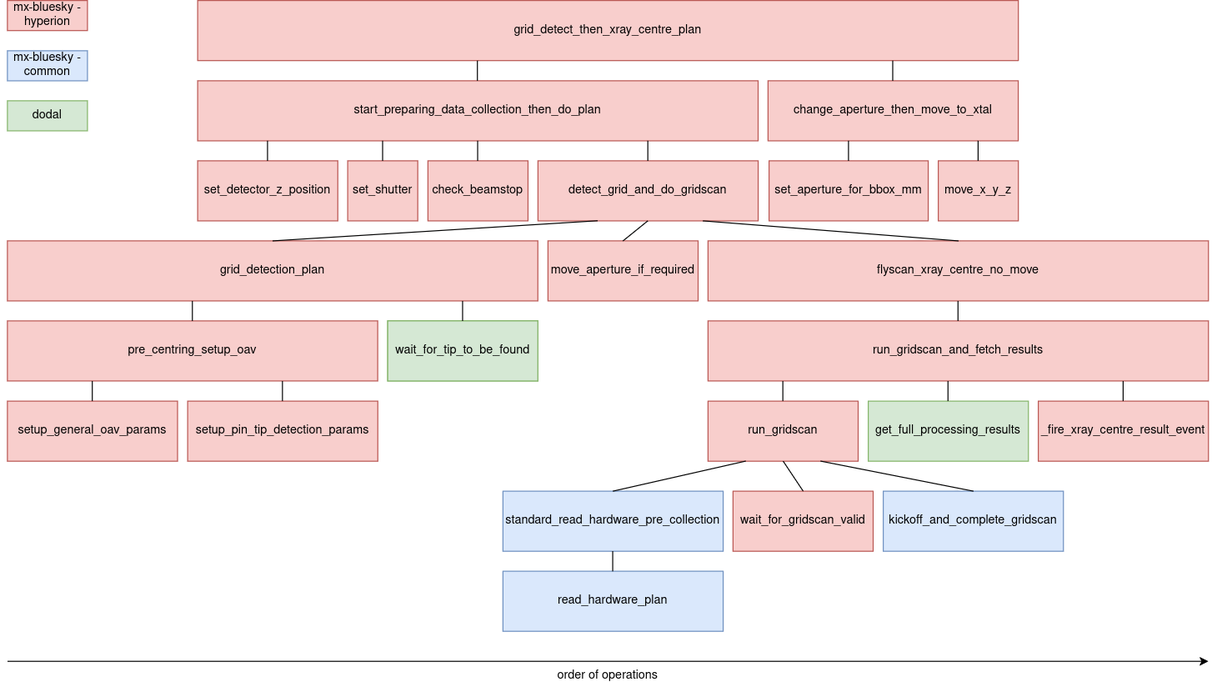
DominicOram/mx-bluesky-fork keeps this draw.io diagram as docs/developer/code-map/grid_detect_then_xray_centre.drawio.png. Above is the earlier version. Source tidied: cells renumbered, new cells last; positions are measured from the earlier drawing's top-left corner, leaving out a move shared by most shapes.
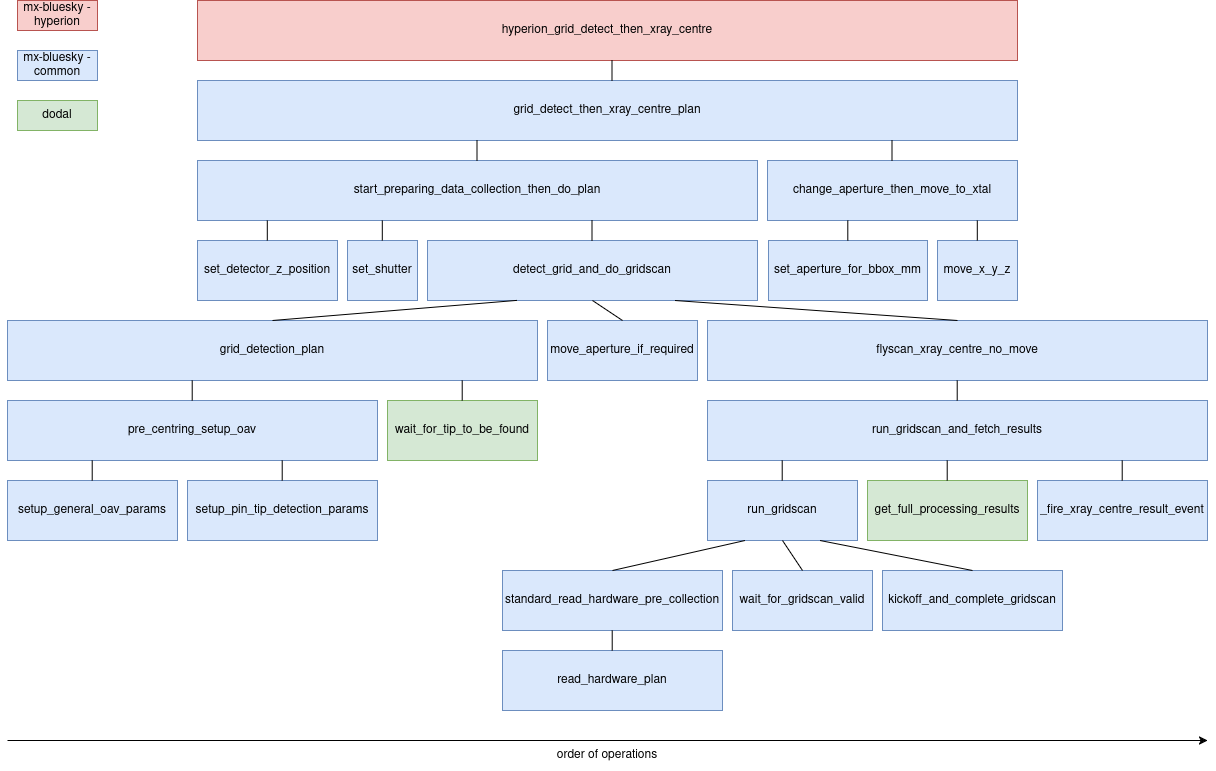
The same diagram one commit later.

Change to the diagram source:
```diff
@@ -2,91 +2,88 @@
   <root>
     <mxCell id="0" />
     <mxCell id="1" parent="0" />
-    <mxCell id="2" value="grid_detect_then_xray_centre_plan" style="rounded=0;whiteSpace=wrap;html=1;fillColor=#f8cecc;strokeColor=#b85450;" parent="1" vertex="1">
+    <mxCell id="2" value="grid_detect_then_xray_centre_plan" style="rounded=0;whiteSpace=wrap;html=1;fillColor=#dae8fc;strokeColor=#6c8ebf;" parent="1" vertex="1">
       <mxGeometry x="190" width="820" height="60" as="geometry" />
     </mxCell>
-    <mxCell id="3" value="detect_grid_and_do_gridscan" style="rounded=0;whiteSpace=wrap;html=1;fillColor=#f8cecc;strokeColor=#b85450;" parent="1" vertex="1">
-      <mxGeometry x="530" y="160" width="220" height="60" as="geometry" />
+    <mxCell id="3" value="detect_grid_and_do_gridscan" style="rounded=0;whiteSpace=wrap;html=1;fillColor=#dae8fc;strokeColor=#6c8ebf;" parent="1" vertex="1">
+      <mxGeometry x="420" y="160" width="330" height="60" as="geometry" />
     </mxCell>
-    <mxCell id="4" value="change_aperture_then_move_to_xtal" style="rounded=0;whiteSpace=wrap;html=1;fillColor=#f8cecc;strokeColor=#b85450;" parent="1" vertex="1">
+    <mxCell id="4" value="change_aperture_then_move_to_xtal" style="rounded=0;whiteSpace=wrap;html=1;fillColor=#dae8fc;strokeColor=#6c8ebf;" parent="1" vertex="1">
       <mxGeometry x="760" y="80" width="250" height="60" as="geometry" />
     </mxCell>
-    <mxCell id="5" value="set_aperture_for_bbox_mm" style="rounded=0;whiteSpace=wrap;html=1;fillColor=#f8cecc;strokeColor=#b85450;" parent="1" vertex="1">
+    <mxCell id="5" value="set_aperture_for_bbox_mm" style="rounded=0;whiteSpace=wrap;html=1;fillColor=#dae8fc;strokeColor=#6c8ebf;" parent="1" vertex="1">
       <mxGeometry x="761" y="160" width="159" height="60" as="geometry" />
     </mxCell>
-    <mxCell id="6" value="move_x_y_z" style="rounded=0;whiteSpace=wrap;html=1;fillColor=#f8cecc;strokeColor=#b85450;" parent="1" vertex="1">
+    <mxCell id="6" value="move_x_y_z" style="rounded=0;whiteSpace=wrap;html=1;fillColor=#dae8fc;strokeColor=#6c8ebf;" parent="1" vertex="1">
       <mxGeometry x="930" y="160" width="80" height="60" as="geometry" />
     </mxCell>
-    <mxCell id="7" value="start_preparing_data_collection_then_do_plan" style="rounded=0;whiteSpace=wrap;html=1;fillColor=#f8cecc;strokeColor=#b85450;" parent="1" vertex="1">
+    <mxCell id="7" value="start_preparing_data_collection_then_do_plan" style="rounded=0;whiteSpace=wrap;html=1;fillColor=#dae8fc;strokeColor=#6c8ebf;" parent="1" vertex="1">
       <mxGeometry x="190" y="80" width="560" height="60" as="geometry" />
     </mxCell>
-    <mxCell id="8" value="set_detector_z_position" style="rounded=0;whiteSpace=wrap;html=1;fillColor=#f8cecc;strokeColor=#b85450;" parent="1" vertex="1">
+    <mxCell id="8" value="set_detector_z_position" style="rounded=0;whiteSpace=wrap;html=1;fillColor=#dae8fc;strokeColor=#6c8ebf;" parent="1" vertex="1">
       <mxGeometry x="190" y="160" width="140" height="60" as="geometry" />
     </mxCell>
-    <mxCell id="9" value="set_shutter" style="rounded=0;whiteSpace=wrap;html=1;fillColor=#f8cecc;strokeColor=#b85450;" parent="1" vertex="1">
+    <mxCell id="9" value="set_shutter" style="rounded=0;whiteSpace=wrap;html=1;fillColor=#dae8fc;strokeColor=#6c8ebf;" parent="1" vertex="1">
       <mxGeometry x="340" y="160" width="70" height="60" as="geometry" />
     </mxCell>
-    <mxCell id="10" value="check_beamstop" style="rounded=0;whiteSpace=wrap;html=1;fillColor=#f8cecc;strokeColor=#b85450;" parent="1" vertex="1">
-      <mxGeometry x="420" y="160" width="100" height="60" as="geometry" />
-    </mxCell>
-    <mxCell id="11" style="endArrow=none;html=1;rounded=0;" parent="1" edge="1">
-      <mxGeometry relative="1" as="geometry">
-        <mxPoint x="469.5" y="80" as="sourcePoint" />
-        <mxPoint x="469.5" y="60" as="targetPoint" />
-      </mxGeometry>
-    </mxCell>
-    <mxCell id="12" style="endArrow=none;html=1;rounded=0;" parent="1" edge="1">
-      <mxGeometry relative="1" as="geometry">
-        <mxPoint x="884.5" y="80" as="sourcePoint" />
-        <mxPoint x="884.5" y="60" as="targetPoint" />
-      </mxGeometry>
-    </mxCell>
-    <mxCell id="13" style="endArrow=none;html=1;rounded=0;" parent="1" edge="1">
-      <mxGeometry relative="1" as="geometry">
-        <mxPoint x="840.3" y="160" as="sourcePoint" />
-        <mxPoint x="840.3" y="140" as="targetPoint" />
-      </mxGeometry>
-    </mxCell>
-    <mxCell id="14" style="endArrow=none;html=1;rounded=0;" parent="1" edge="1">
-      <mxGeometry relative="1" as="geometry">
-        <mxPoint x="969.8" y="160" as="sourcePoint" />
-        <mxPoint x="969.8" y="140" as="targetPoint" />
-      </mxGeometry>
-    </mxCell>
-    <mxCell id="15" style="endArrow=none;html=1;rounded=0;" parent="1" edge="1">
-      <mxGeometry relative="1" as="geometry">
-        <mxPoint x="639.8" y="160" as="sourcePoint" />
-        <mxPoint x="639.8" y="140" as="targetPoint" />
-      </mxGeometry>
-    </mxCell>
-    <mxCell id="16" style="endArrow=none;html=1;rounded=0;" parent="1" edge="1">
-      <mxGeometry relative="1" as="geometry">
-        <mxPoint x="374.8" y="160" as="sourcePoint" />
-        <mxPoint x="374.8" y="140" as="targetPoint" />
-      </mxGeometry>
-    </mxCell>
-    <mxCell id="17" style="endArrow=none;html=1;rounded=0;" parent="1" edge="1">
-      <mxGeometry relative="1" as="geometry">
-        <mxPoint x="259.8" y="160" as="sourcePoint" />
-        <mxPoint x="259.8" y="140" as="targetPoint" />
-      </mxGeometry>
-    </mxCell>
-    <mxCell id="18" style="group;fillColor=#d5e8d4;strokeColor=#82b366;" parent="1" vertex="1">
-      <mxGeometry x="380" y="320" width="150" height="60" as="geometry" />
-    </mxCell>
+    <mxCell id="55" style="endArrow=none;html=1;rounded=0;" parent="1" edge="1">
+      <mxGeometry relative="1" as="geometry">
+        <mxPoint x="469.5" y="80" as="sourcePoint" />
+        <mxPoint x="469.5" y="60" as="targetPoint" />
+      </mxGeometry>
+    </mxCell>
+    <mxCell id="56" style="endArrow=none;html=1;rounded=0;" parent="1" edge="1">
+      <mxGeometry relative="1" as="geometry">
+        <mxPoint x="884.5" y="80" as="sourcePoint" />
+        <mxPoint x="884.5" y="60" as="targetPoint" />
+      </mxGeometry>
+    </mxCell>
+    <mxCell id="57" style="endArrow=none;html=1;rounded=0;" parent="1" edge="1">
+      <mxGeometry relative="1" as="geometry">
+        <mxPoint x="840.3" y="160" as="sourcePoint" />
+        <mxPoint x="840.3" y="140" as="targetPoint" />
+      </mxGeometry>
+    </mxCell>
+    <mxCell id="58" style="endArrow=none;html=1;rounded=0;" parent="1" edge="1">
+      <mxGeometry relative="1" as="geometry">
+        <mxPoint x="969.8" y="160" as="sourcePoint" />
+        <mxPoint x="969.8" y="140" as="targetPoint" />
+      </mxGeometry>
+    </mxCell>
+    <mxCell id="59" style="endArrow=none;html=1;rounded=0;" parent="1" edge="1">
+      <mxGeometry relative="1" as="geometry">
+        <mxPoint x="584.5" y="160" as="sourcePoint" />
+        <mxPoint x="584.5" y="140" as="targetPoint" />
+      </mxGeometry>
+    </mxCell>
+    <mxCell id="60" style="endArrow=none;html=1;rounded=0;" parent="1" edge="1">
+      <mxGeometry relative="1" as="geometry">
+        <mxPoint x="374.8" y="160" as="sourcePoint" />
+        <mxPoint x="374.8" y="140" as="targetPoint" />
+      </mxGeometry>
+    </mxCell>
+    <mxCell id="61" style="endArrow=none;html=1;rounded=0;" parent="1" edge="1">
+      <mxGeometry relative="1" as="geometry">
+        <mxPoint x="259.8" y="160" as="sourcePoint" />
+        <mxPoint x="259.8" y="140" as="targetPoint" />
+      </mxGeometry>
+    </mxCell>
+    <mxCell id="62" style="group;fillColor=#d5e8d4;strokeColor=#82b366;" parent="1" vertex="1">
+      <mxGeometry x="380" y="320" width="150" height="60" as="geometry" />
+    </mxCell>
-    <mxCell id="19" value="setup_pin_tip_detection_params" style="rounded=0;whiteSpace=wrap;html=1;fillColor=#f8cecc;strokeColor=#b85450;" parent="1" vertex="1">
+    <mxCell id="19" value="setup_pin_tip_detection_params" style="rounded=0;whiteSpace=wrap;html=1;fillColor=#dae8fc;strokeColor=#6c8ebf;" parent="1" vertex="1">
       <mxGeometry x="180" y="400" width="190" height="60" as="geometry" />
     </mxCell>
-    <mxCell id="20" value="move_aperture_if_required" style="rounded=0;whiteSpace=wrap;html=1;fillColor=#f8cecc;strokeColor=#b85450;" parent="1" vertex="1">
+    <mxCell id="20" value="move_aperture_if_required" style="rounded=0;whiteSpace=wrap;html=1;fillColor=#dae8fc;strokeColor=#6c8ebf;" parent="1" vertex="1">
       <mxGeometry x="540" y="240" width="150" height="60" as="geometry" />
     </mxCell>
-    <mxCell id="21" value="flyscan_xray_centre_no_move" style="rounded=0;whiteSpace=wrap;html=1;fillColor=#f8cecc;strokeColor=#b85450;" parent="1" vertex="1">
+    <mxCell id="21" value="flyscan_xray_centre_no_move" style="rounded=0;whiteSpace=wrap;html=1;fillColor=#dae8fc;strokeColor=#6c8ebf;" parent="1" vertex="1">
       <mxGeometry x="700" y="240" width="500" height="60" as="geometry" />
     </mxCell>
-    <mxCell id="22" value="run_gridscan_and_fetch_results" style="rounded=0;whiteSpace=wrap;html=1;fillColor=#f8cecc;strokeColor=#b85450;" parent="1" vertex="1">
+    <mxCell id="22" value="run_gridscan_and_fetch_results" style="rounded=0;whiteSpace=wrap;html=1;fillColor=#dae8fc;strokeColor=#6c8ebf;" parent="1" vertex="1">
       <mxGeometry x="700" y="320" width="500" height="60" as="geometry" />
     </mxCell>
-    <mxCell id="23" value="run_gridscan" style="rounded=0;whiteSpace=wrap;html=1;fillColor=#f8cecc;strokeColor=#b85450;" parent="1" vertex="1">
+    <mxCell id="23" value="run_gridscan" style="rounded=0;whiteSpace=wrap;html=1;fillColor=#dae8fc;strokeColor=#6c8ebf;" parent="1" vertex="1">
       <mxGeometry x="700" y="400" width="150" height="60" as="geometry" />
     </mxCell>
     <mxCell id="24" value="standard_read_hardware_pre_collection" style="rounded=0;whiteSpace=wrap;html=1;fillColor=#dae8fc;strokeColor=#6c8ebf;" parent="1" vertex="1">
@@ -95,7 +92,7 @@
     <mxCell id="25" value="read_hardware_plan" style="rounded=0;whiteSpace=wrap;html=1;fillColor=#dae8fc;strokeColor=#6c8ebf;" parent="1" vertex="1">
       <mxGeometry x="495" y="570" width="220" height="60" as="geometry" />
     </mxCell>
-    <mxCell id="26" value="wait_for_gridscan_valid" style="rounded=0;whiteSpace=wrap;html=1;fillColor=#f8cecc;strokeColor=#b85450;" parent="1" vertex="1">
+    <mxCell id="26" value="wait_for_gridscan_valid" style="rounded=0;whiteSpace=wrap;html=1;fillColor=#dae8fc;strokeColor=#6c8ebf;" parent="1" vertex="1">
       <mxGeometry x="725" y="490" width="140" height="60" as="geometry" />
     </mxCell>
     <mxCell id="27" value="kickoff_and_complete_gridscan" style="rounded=0;whiteSpace=wrap;html=1;fillColor=#dae8fc;strokeColor=#6c8ebf;" parent="1" vertex="1">
@@ -104,30 +101,22 @@
     <mxCell id="28" value="get_full_processing_results" style="rounded=0;whiteSpace=wrap;html=1;fillColor=#d5e8d4;strokeColor=#82b366;" parent="1" vertex="1">
       <mxGeometry x="860" y="400" width="160" height="60" as="geometry" />
     </mxCell>
-    <mxCell id="29" value="_fire_xray_centre_result_event" style="rounded=0;whiteSpace=wrap;html=1;fillColor=#f8cecc;strokeColor=#b85450;" parent="1" vertex="1">
+    <mxCell id="29" value="_fire_xray_centre_result_event" style="rounded=0;whiteSpace=wrap;html=1;fillColor=#dae8fc;strokeColor=#6c8ebf;" parent="1" vertex="1">
       <mxGeometry x="1030" y="400" width="170" height="60" as="geometry" />
     </mxCell>
     <mxCell id="30" value="wait_for_tip_to_be_found" style="rounded=0;whiteSpace=wrap;html=1;fillColor=#d5e8d4;strokeColor=#82b366;" parent="1" vertex="1">
       <mxGeometry x="380" y="320" width="150" height="60" as="geometry" />
     </mxCell>
-    <mxCell id="31" style="endArrow=none;html=1;rounded=0;" parent="1" edge="1">
-      <mxGeometry relative="1" as="geometry">
-        <mxPoint x="469.8" y="160" as="sourcePoint" />
-        <mxPoint x="469.8" y="140" as="targetPoint" />
-      </mxGeometry>
-    </mxCell>
-    <mxCell id="32" style="endArrow=none;html=1;rounded=0;exitX=0.5;exitY=0;exitDx=0;exitDy=0;" parent="1" edge="1" source="20">
-      <mxGeometry relative="1" as="geometry">
-        <mxPoint x="639.8" y="220" as="targetPoint" />
-      </mxGeometry>
-    </mxCell>
+    <mxCell id="63" style="endArrow=none;html=1;rounded=0;exitX=0.5;exitY=0;exitDx=0;exitDy=0;entryX=0.5;entryY=1;entryDx=0;entryDy=0;" parent="1" edge="1" source="20" target="3">
+      <mxGeometry relative="1" as="geometry" />
+    </mxCell>
-    <mxCell id="33" value="grid_detection_plan" style="rounded=0;whiteSpace=wrap;html=1;fillColor=#f8cecc;strokeColor=#b85450;" parent="1" vertex="1">
+    <mxCell id="33" value="grid_detection_plan" style="rounded=0;whiteSpace=wrap;html=1;fillColor=#dae8fc;strokeColor=#6c8ebf;" parent="1" vertex="1">
       <mxGeometry y="240" width="530" height="60" as="geometry" />
     </mxCell>
-    <mxCell id="34" value="pre_centring_setup_oav" style="rounded=0;whiteSpace=wrap;html=1;fillColor=#f8cecc;strokeColor=#b85450;" parent="1" vertex="1">
+    <mxCell id="34" value="pre_centring_setup_oav" style="rounded=0;whiteSpace=wrap;html=1;fillColor=#dae8fc;strokeColor=#6c8ebf;" parent="1" vertex="1">
       <mxGeometry y="320" width="370" height="60" as="geometry" />
     </mxCell>
-    <mxCell id="35" value="setup_general_oav_params" style="rounded=0;whiteSpace=wrap;html=1;fillColor=#f8cecc;strokeColor=#b85450;" parent="1" vertex="1">
+    <mxCell id="35" value="setup_general_oav_params" style="rounded=0;whiteSpace=wrap;html=1;fillColor=#dae8fc;strokeColor=#6c8ebf;" parent="1" vertex="1">
       <mxGeometry y="400" width="170" height="60" as="geometry" />
     </mxCell>
     <mxCell id="36" style="endArrow=none;html=1;rounded=0;exitX=0.5;exitY=0;exitDx=0;exitDy=0;entryX=0.271;entryY=0.998;entryDx=0;entryDy=0;entryPerimeter=0;" parent="1" edge="1" source="33" target="3">
@@ -136,54 +125,54 @@
     <mxCell id="37" style="endArrow=none;html=1;rounded=0;exitX=0.5;exitY=0;exitDx=0;exitDy=0;entryX=0.75;entryY=1;entryDx=0;entryDy=0;" parent="1" edge="1" source="21" target="3">
       <mxGeometry relative="1" as="geometry" />
     </mxCell>
-    <mxCell id="38" style="endArrow=none;html=1;rounded=0;" parent="1" edge="1">
-      <mxGeometry relative="1" as="geometry">
-        <mxPoint x="454.7" y="320" as="sourcePoint" />
-        <mxPoint x="454.7" y="300" as="targetPoint" />
-      </mxGeometry>
-    </mxCell>
-    <mxCell id="39" style="endArrow=none;html=1;rounded=0;" parent="1" edge="1">
-      <mxGeometry relative="1" as="geometry">
-        <mxPoint x="184.7" y="320" as="sourcePoint" />
-        <mxPoint x="184.7" y="300" as="targetPoint" />
-      </mxGeometry>
-    </mxCell>
-    <mxCell id="40" style="endArrow=none;html=1;rounded=0;" parent="1" edge="1">
-      <mxGeometry relative="1" as="geometry">
-        <mxPoint x="274.7" y="400" as="sourcePoint" />
-        <mxPoint x="274.7" y="380" as="targetPoint" />
-      </mxGeometry>
-    </mxCell>
-    <mxCell id="41" style="endArrow=none;html=1;rounded=0;" parent="1" edge="1">
-      <mxGeometry relative="1" as="geometry">
-        <mxPoint x="84.7" y="400" as="sourcePoint" />
-        <mxPoint x="84.7" y="380" as="targetPoint" />
-      </mxGeometry>
-    </mxCell>
-    <mxCell id="42" style="endArrow=none;html=1;rounded=0;" parent="1" edge="1">
-      <mxGeometry relative="1" as="geometry">
-        <mxPoint x="949.7" y="320" as="sourcePoint" />
-        <mxPoint x="949.7" y="300" as="targetPoint" />
-      </mxGeometry>
-    </mxCell>
-    <mxCell id="43" style="endArrow=none;html=1;rounded=0;" parent="1" edge="1">
-      <mxGeometry relative="1" as="geometry">
-        <mxPoint x="774.7" y="400" as="sourcePoint" />
-        <mxPoint x="774.7" y="380" as="targetPoint" />
-      </mxGeometry>
-    </mxCell>
-    <mxCell id="44" style="endArrow=none;html=1;rounded=0;" parent="1" edge="1">
-      <mxGeometry relative="1" as="geometry">
-        <mxPoint x="939.7" y="400" as="sourcePoint" />
-        <mxPoint x="939.7" y="380" as="targetPoint" />
-      </mxGeometry>
-    </mxCell>
-    <mxCell id="45" style="endArrow=none;html=1;rounded=0;" parent="1" edge="1">
-      <mxGeometry relative="1" as="geometry">
-        <mxPoint x="1114.7" y="400" as="sourcePoint" />
-        <mxPoint x="1114.7" y="380" as="targetPoint" />
-      </mxGeometry>
-    </mxCell>
+    <mxCell id="64" style="endArrow=none;html=1;rounded=0;" parent="1" edge="1">
+      <mxGeometry relative="1" as="geometry">
+        <mxPoint x="454.7" y="320" as="sourcePoint" />
+        <mxPoint x="454.7" y="300" as="targetPoint" />
+      </mxGeometry>
+    </mxCell>
+    <mxCell id="65" style="endArrow=none;html=1;rounded=0;" parent="1" edge="1">
+      <mxGeometry relative="1" as="geometry">
+        <mxPoint x="184.7" y="320" as="sourcePoint" />
+        <mxPoint x="184.7" y="300" as="targetPoint" />
+      </mxGeometry>
+    </mxCell>
+    <mxCell id="66" style="endArrow=none;html=1;rounded=0;" parent="1" edge="1">
+      <mxGeometry relative="1" as="geometry">
+        <mxPoint x="274.7" y="400" as="sourcePoint" />
+        <mxPoint x="274.7" y="380" as="targetPoint" />
+      </mxGeometry>
+    </mxCell>
+    <mxCell id="67" style="endArrow=none;html=1;rounded=0;" parent="1" edge="1">
+      <mxGeometry relative="1" as="geometry">
+        <mxPoint x="84.7" y="400" as="sourcePoint" />
+        <mxPoint x="84.7" y="380" as="targetPoint" />
+      </mxGeometry>
+    </mxCell>
+    <mxCell id="68" style="endArrow=none;html=1;rounded=0;" parent="1" edge="1">
+      <mxGeometry relative="1" as="geometry">
+        <mxPoint x="949.7" y="320" as="sourcePoint" />
+        <mxPoint x="949.7" y="300" as="targetPoint" />
+      </mxGeometry>
+    </mxCell>
+    <mxCell id="69" style="endArrow=none;html=1;rounded=0;" parent="1" edge="1">
+      <mxGeometry relative="1" as="geometry">
+        <mxPoint x="774.7" y="400" as="sourcePoint" />
+        <mxPoint x="774.7" y="380" as="targetPoint" />
+      </mxGeometry>
+    </mxCell>
+    <mxCell id="70" style="endArrow=none;html=1;rounded=0;" parent="1" edge="1">
+      <mxGeometry relative="1" as="geometry">
+        <mxPoint x="939.7" y="400" as="sourcePoint" />
+        <mxPoint x="939.7" y="380" as="targetPoint" />
+      </mxGeometry>
+    </mxCell>
+    <mxCell id="71" style="endArrow=none;html=1;rounded=0;" parent="1" edge="1">
+      <mxGeometry relative="1" as="geometry">
+        <mxPoint x="1114.7" y="400" as="sourcePoint" />
+        <mxPoint x="1114.7" y="380" as="targetPoint" />
+      </mxGeometry>
+    </mxCell>
     <mxCell id="46" style="endArrow=none;html=1;rounded=0;entryX=0.5;entryY=0;entryDx=0;entryDy=0;exitX=0.25;exitY=1;exitDx=0;exitDy=0;" parent="1" edge="1" source="23" target="24">
       <mxGeometry relative="1" as="geometry" />
     </mxCell>
@@ -193,29 +182,38 @@
     <mxCell id="48" style="endArrow=none;html=1;rounded=0;entryX=0.5;entryY=0;entryDx=0;entryDy=0;exitX=0.75;exitY=1;exitDx=0;exitDy=0;" parent="1" edge="1" source="23" target="27">
       <mxGeometry relative="1" as="geometry" />
     </mxCell>
-    <mxCell id="49" style="endArrow=none;html=1;rounded=0;" parent="1" edge="1">
-      <mxGeometry relative="1" as="geometry">
-        <mxPoint x="604.7" y="570" as="sourcePoint" />
-        <mxPoint x="604.7" y="550" as="targetPoint" />
-      </mxGeometry>
-    </mxCell>
+    <mxCell id="72" style="endArrow=none;html=1;rounded=0;" parent="1" edge="1">
+      <mxGeometry relative="1" as="geometry">
+        <mxPoint x="604.7" y="570" as="sourcePoint" />
+        <mxPoint x="604.7" y="550" as="targetPoint" />
+      </mxGeometry>
+    </mxCell>
     <mxCell id="50" value="&lt;div&gt;dodal&lt;/div&gt;" style="rounded=0;whiteSpace=wrap;html=1;fillColor=#d5e8d4;strokeColor=#82b366;" parent="1" vertex="1">
-      <mxGeometry y="100" width="80" height="30" as="geometry" />
+      <mxGeometry x="10" y="20" width="80" height="30" as="geometry" />
     </mxCell>
     <mxCell id="51" value="mx-bluesky - hyperion" style="rounded=0;whiteSpace=wrap;html=1;fillColor=#f8cecc;strokeColor=#b85450;" parent="1" vertex="1">
-      <mxGeometry width="80" height="30" as="geometry" />
+      <mxGeometry x="10" y="-80" width="80" height="30" as="geometry" />
     </mxCell>
     <mxCell id="52" value="mx-bluesky - common" style="rounded=0;whiteSpace=wrap;html=1;fillColor=#dae8fc;strokeColor=#6c8ebf;" parent="1" vertex="1">
-      <mxGeometry y="50" width="80" height="30" as="geometry" />
+      <mxGeometry x="10" y="-30" width="80" height="30" as="geometry" />
     </mxCell>
-    <mxCell id="53" style="endArrow=classic;html=1;rounded=0;" parent="1" edge="1">
-      <mxGeometry relative="1" as="geometry">
-        <mxPoint y="660" as="sourcePoint" />
-        <mxPoint x="1200" y="660" as="targetPoint" />
-      </mxGeometry>
-    </mxCell>
+    <mxCell id="73" style="endArrow=classic;html=1;rounded=0;" parent="1" edge="1">
+      <mxGeometry relative="1" as="geometry">
+        <mxPoint y="660" as="sourcePoint" />
+        <mxPoint x="1200" y="660" as="targetPoint" />
+      </mxGeometry>
+    </mxCell>
     <mxCell id="54" value="order of operations" style="text;html=1;align=center;verticalAlign=middle;whiteSpace=wrap;rounded=0;" parent="1" vertex="1">
       <mxGeometry x="535" y="660" width="130" height="30" as="geometry" />
     </mxCell>
+    <mxCell id="74" value="&lt;div&gt;hyperion_grid_detect_then_xray_centre&lt;/div&gt;" style="rounded=0;whiteSpace=wrap;html=1;fillColor=#f8cecc;strokeColor=#b85450;" parent="1" vertex="1">
+      <mxGeometry x="190" y="-80" width="820" height="60" as="geometry" />
+    </mxCell>
+    <mxCell id="75" style="endArrow=none;html=1;rounded=0;" parent="1" edge="1">
+      <mxGeometry relative="1" as="geometry">
+        <mxPoint x="604.5" as="sourcePoint" />
+        <mxPoint x="604.5" y="-20" as="targetPoint" />
+      </mxGeometry>
+    </mxCell>
   </root>
 </mxGraphModel>
```
